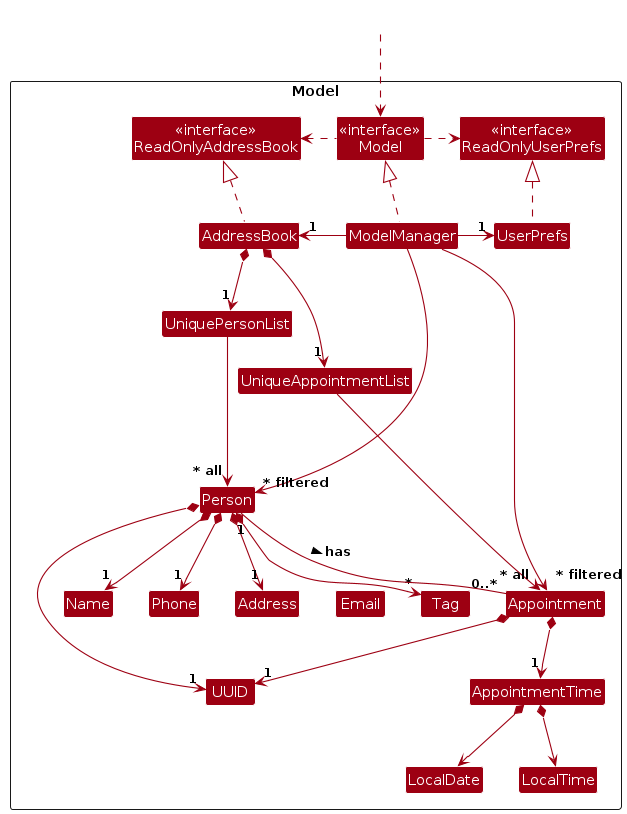
The PlantUML diagram diagrams/ModelClassDiagram.png in AY2324S2-CS2103T-T10-2/tp, before a commit. Its source is kept beside it as diagrams/ModelClassDiagram.puml.
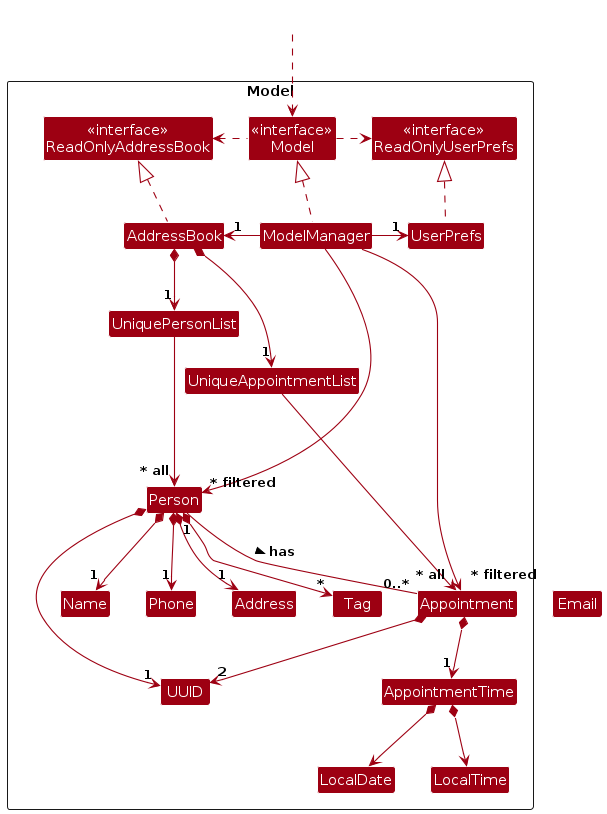
After the commit.

Diff of the diagram source:
```diff
@@ -16,7 +16,6 @@
 Class UniquePersonList
 Class Person
 Class Address
-Class Email
 Class Name
 Class LocalDate
 class LocalTime
@@ -44,7 +43,7 @@
 
 AddressBook *--> "1" UniqueAppointmentList
 UniqueAppointmentList --> "~* all" Appointment
-Appointment *--> "1" UUID
+Appointment *--> "2" UUID
 Appointment *--> "1" AppointmentTime
 AppointmentTime *--> LocalDate
 AppointmentTime *--> LocalTime
```
